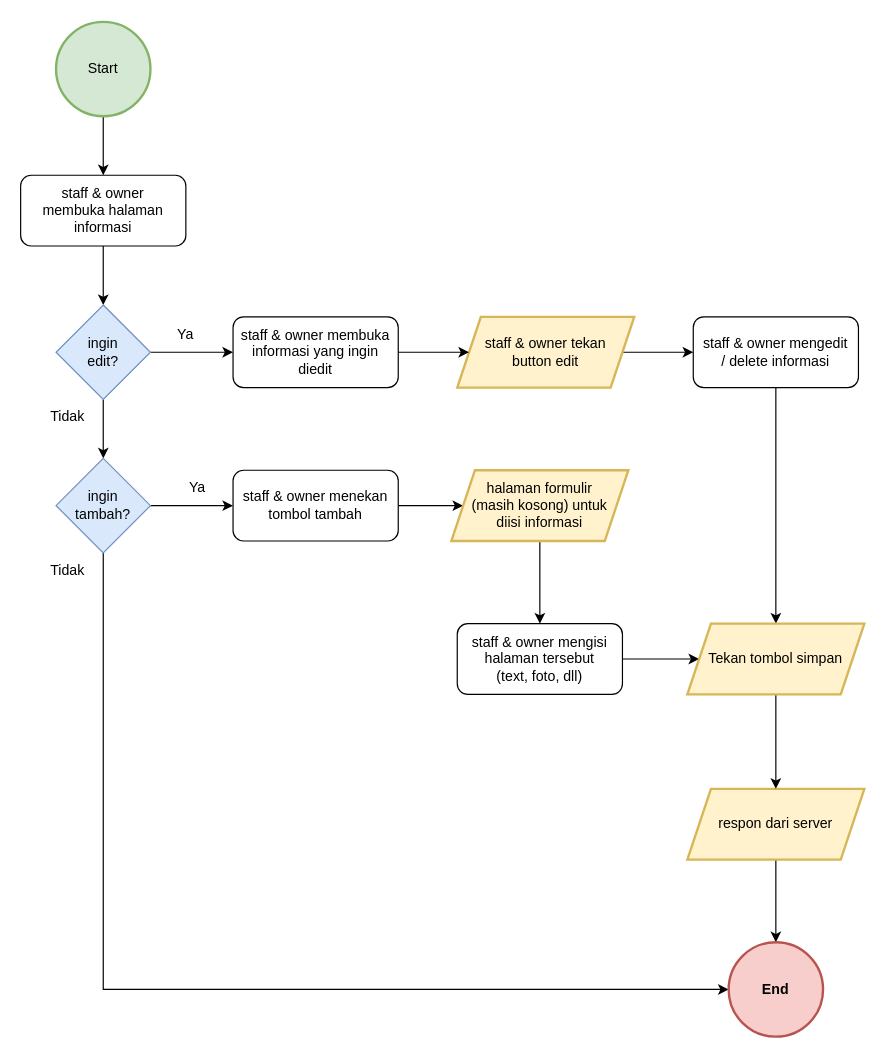
SynergyStudioBandung/synergy_studio_docs keeps this draw.io diagram as diagrams/user_flow/staff_owner_update_informasi.drawio. Above is the earlier version. Source tidied: cells renumbered, new cells numbered last; positions are measured from the earlier drawing's top-left corner, leaving out a move shared by most shapes. Both pictures are drawn from the tidied source at 118%, with x=0, y=0 at pixel (20, 21).
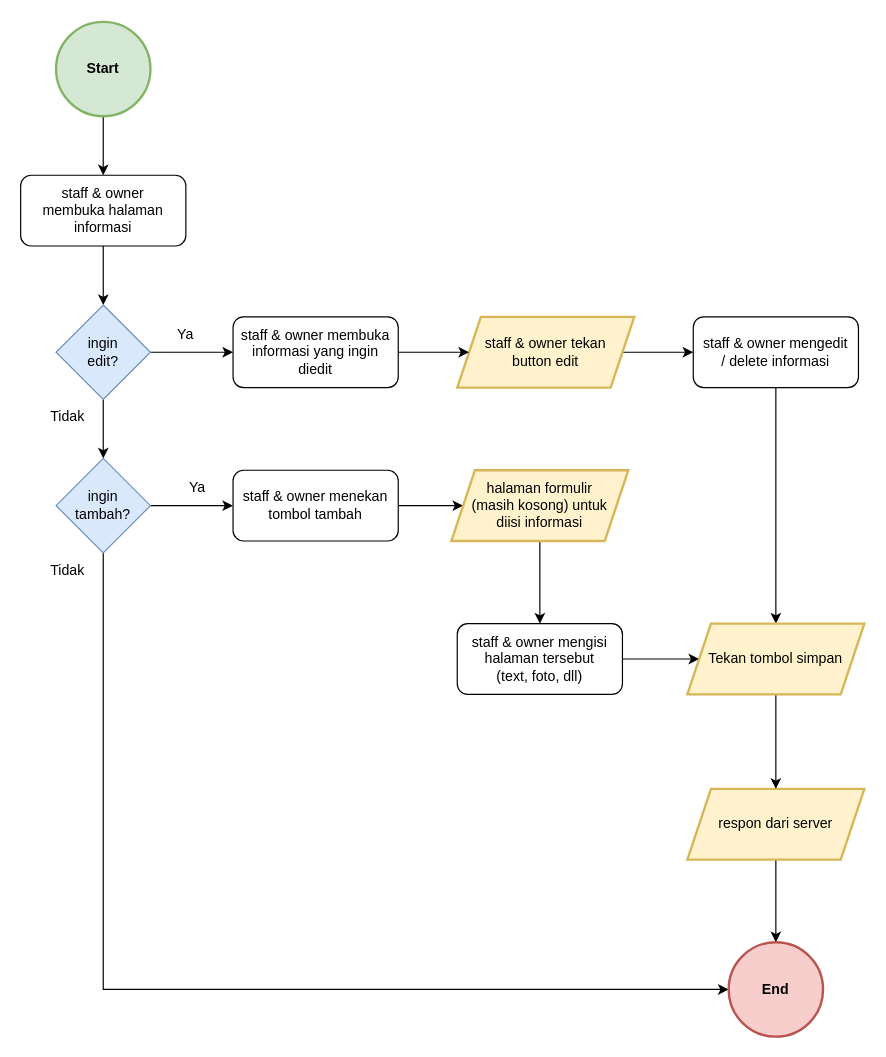
The same page after the edit.

The edit, as a diff of the source:
```diff
@@
-    <mxCell id="3" value="Start" style="ellipse;whiteSpace=wrap;html=1;fillColor=#d5e8d4;strokeColor=#82b366;strokeWidth=2;" parent="1" vertex="1">
+    <mxCell id="3" value="Start" style="ellipse;whiteSpace=wrap;html=1;fillColor=#d5e8d4;strokeColor=#82b366;strokeWidth=2;fontStyle=1;" parent="1" vertex="1">
       <mxGeometry x="30" width="80" height="80" as="geometry" />
     </mxCell>
```
